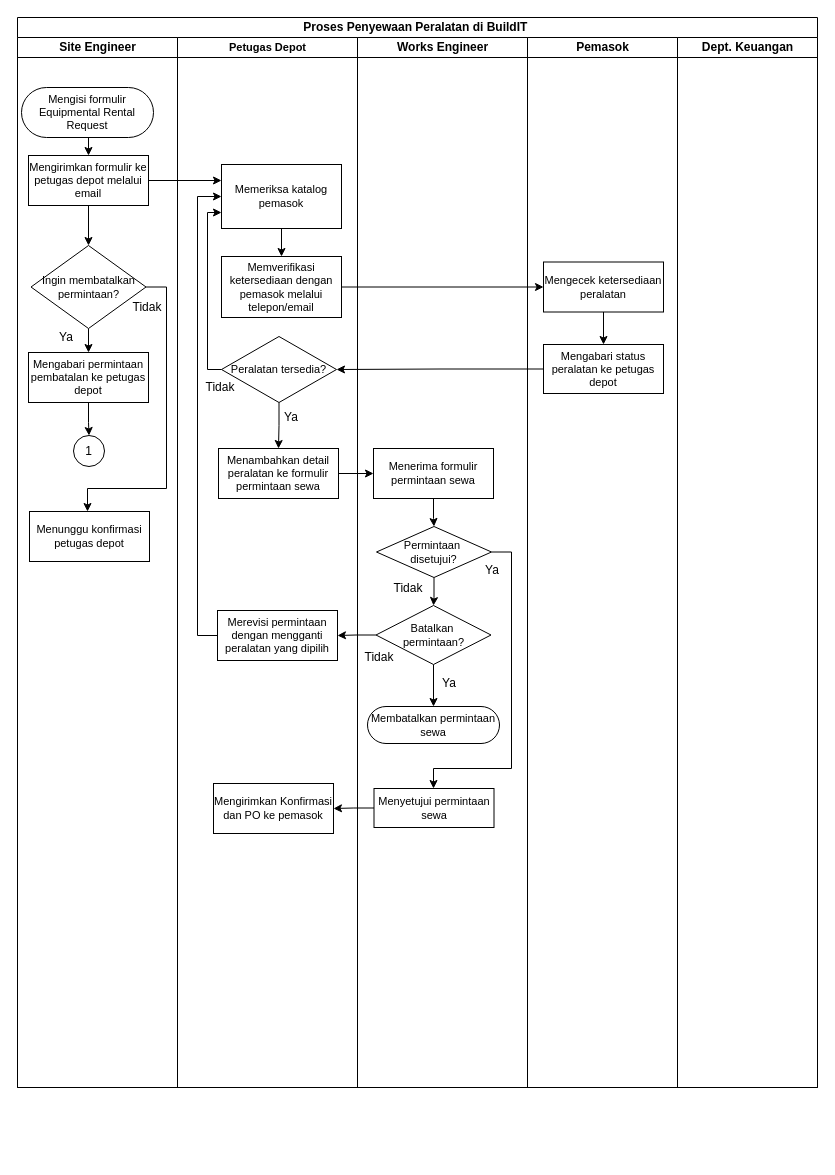
MHibriziF/SIPA keeps this draw.io diagram as page "Page-1" (1 of 3) of TI-BPM-SIPA.drawio. Above is the earlier version. Source tidied: cells renumbered, new cells numbered last; positions are measured from the earlier drawing's top-left corner, leaving out a move shared by most shapes. Both pictures are drawn from the tidied source at 100%, with x=0, y=0 at pixel (17, 17).
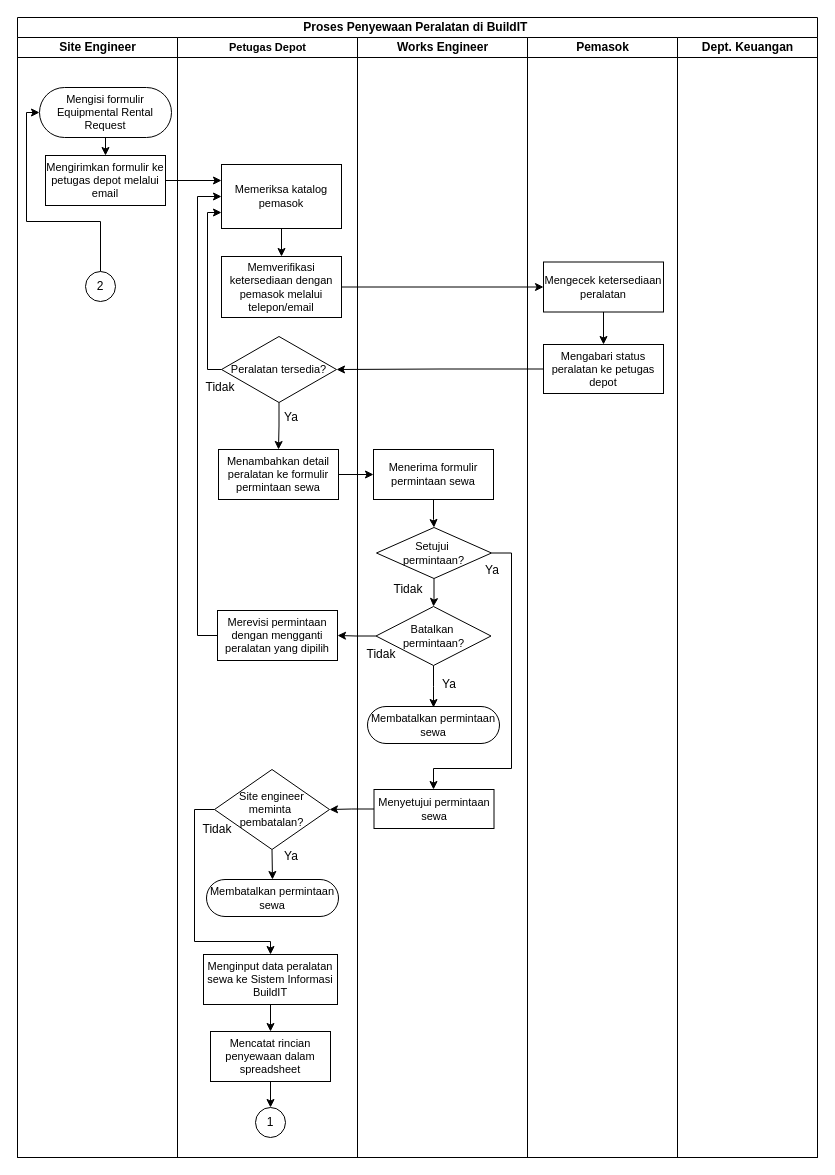
Above is the later version.

The change refers to these unchanged cells:
```xml
<mxCell id="38" value="Membatalkan permintaan sewa" style="rounded=1;whiteSpace=wrap;html=1;arcSize=50;fontSize=11;" parent="30" vertex="1">
  <mxGeometry x="10" y="669" width="132" height="37" as="geometry" />
</mxCell>
```

Change to the diagram source:
```diff
@@
     <mxCell id="2" value="Proses Penyewaan Peralatan di BuildIT&amp;nbsp;" style="swimlane;html=1;startSize=20;whiteSpace=wrap;gradientColor=none;" parent="1" vertex="1">
-      <mxGeometry width="800" height="1070" as="geometry" />
+      <mxGeometry width="800" height="1140" as="geometry" />
     </mxCell>
     <mxCell id="3" value="Site Engineer" style="swimlane;html=1;startSize=20;labelBorderColor=none;labelBackgroundColor=none;textShadow=0;fontColor=default;" parent="2" vertex="1">
-      <mxGeometry y="20" width="160" height="1050" as="geometry" />
+      <mxGeometry y="20" width="160" height="1120" as="geometry" />
     </mxCell>
@@
     <mxCell id="5" value="Mengisi formulir Equipmental Rental Request" style="rounded=1;whiteSpace=wrap;html=1;arcSize=50;fontSize=11;" parent="3" vertex="1">
-      <mxGeometry x="4" y="50" width="132" height="50" as="geometry" />
+      <mxGeometry x="22" y="50" width="132" height="50" as="geometry" />
     </mxCell>
-    <mxCell id="6" style="edgeStyle=orthogonalEdgeStyle;rounded=0;jettySize=auto;html=1;" parent="3" edge="1" source="7" target="10">
-      <mxGeometry relative="1" as="geometry" />
-    </mxCell>
     <mxCell id="7" value="Mengirimkan formulir ke petugas depot melalui email" style="rounded=0;whiteSpace=wrap;html=1;fontSize=11;" parent="3" vertex="1">
-      <mxGeometry x="11" y="118" width="120" height="50" as="geometry" />
+      <mxGeometry x="28" y="118" width="120" height="50" as="geometry" />
     </mxCell>
-    <mxCell id="8" style="edgeStyle=orthogonalEdgeStyle;rounded=0;jettySize=auto;html=1;" parent="3" edge="1" source="10" target="12">
-      <mxGeometry relative="1" as="geometry" />
-    </mxCell>
-    <mxCell id="9" style="edgeStyle=orthogonalEdgeStyle;rounded=0;jettySize=auto;html=1;exitX=1;exitY=0.5;exitDx=0;exitDy=0;" parent="3" edge="1" source="10" target="14">
-      <mxGeometry relative="1" as="geometry">
-        <Array as="points">
-          <mxPoint x="149" y="250" />
-          <mxPoint x="149" y="451" />
-          <mxPoint x="70" y="451" />
-        </Array>
-      </mxGeometry>
-    </mxCell>
-    <mxCell id="10" value="Ingin membatalkan permintaan?" style="rhombus;whiteSpace=wrap;html=1;fontSize=11;" parent="3" vertex="1">
-      <mxGeometry x="13.5" y="208" width="115" height="83" as="geometry" />
-    </mxCell>
-    <mxCell id="11" style="edgeStyle=orthogonalEdgeStyle;rounded=0;jettySize=auto;html=1;" parent="3" edge="1" source="12" target="13">
-      <mxGeometry relative="1" as="geometry" />
-    </mxCell>
-    <mxCell id="12" value="Mengabari permintaan pembatalan ke petugas depot" style="rounded=0;whiteSpace=wrap;html=1;fontSize=11;" parent="3" vertex="1">
-      <mxGeometry x="11" y="315" width="120" height="50" as="geometry" />
-    </mxCell>
-    <mxCell id="13" value="1" style="ellipse;whiteSpace=wrap;html=1;" parent="3" vertex="1">
-      <mxGeometry x="56" y="398" width="31" height="31" as="geometry" />
-    </mxCell>
-    <mxCell id="14" value="Menunggu konfirmasi petugas depot" style="rounded=0;whiteSpace=wrap;html=1;fontSize=11;" parent="3" vertex="1">
-      <mxGeometry x="12" y="474" width="120" height="50" as="geometry" />
-    </mxCell>
-    <mxCell id="15" value="Ya" style="text;html=1;align=center;verticalAlign=middle;whiteSpace=wrap;rounded=0;" parent="3" vertex="1">
-      <mxGeometry x="19" y="285" width="60" height="30" as="geometry" />
-    </mxCell>
-    <mxCell id="16" value="Tidak" style="text;html=1;align=center;verticalAlign=middle;whiteSpace=wrap;rounded=0;" parent="3" vertex="1">
-      <mxGeometry x="100" y="255" width="60" height="30" as="geometry" />
-    </mxCell>
+    <mxCell id="55" style="edgeStyle=orthogonalEdgeStyle;rounded=0;jettySize=auto;html=1;exitX=0.5;exitY=0;exitDx=0;exitDy=0;entryX=0;entryY=0.5;entryDx=0;entryDy=0;" parent="3" edge="1" source="56" target="5">
+      <mxGeometry relative="1" as="geometry">
+        <Array as="points">
+          <mxPoint x="83" y="184" />
+          <mxPoint x="9" y="184" />
+          <mxPoint x="9" y="75" />
+        </Array>
+      </mxGeometry>
+    </mxCell>
+    <mxCell id="56" value="2" style="ellipse;whiteSpace=wrap;html=1;" parent="3" vertex="1">
+      <mxGeometry x="68" y="234" width="30" height="30" as="geometry" />
+    </mxCell>
     <mxCell id="17" value="Petugas Depot" style="swimlane;html=1;startSize=20;fontSize=11;" parent="2" vertex="1">
-      <mxGeometry x="160" y="20" width="180" height="1050" as="geometry" />
+      <mxGeometry x="160" y="20" width="180" height="1120" as="geometry" />
     </mxCell>
@@
     <mxCell id="25" value="Menambahkan detail peralatan ke formulir permintaan sewa" style="rounded=0;whiteSpace=wrap;html=1;fontSize=11;" parent="17" vertex="1">
-      <mxGeometry x="41" y="411" width="120" height="50" as="geometry" />
+      <mxGeometry x="41" y="412" width="120" height="50" as="geometry" />
     </mxCell>
@@
+    <mxCell id="57" style="edgeStyle=orthogonalEdgeStyle;rounded=0;jettySize=auto;html=1;exitX=0.5;exitY=1;exitDx=0;exitDy=0;entryX=0.5;entryY=0;entryDx=0;entryDy=0;" parent="17" edge="1" source="58" target="59">
+      <mxGeometry relative="1" as="geometry" />
+    </mxCell>
+    <mxCell id="58" value="Site engineer&lt;div&gt;meminta&amp;nbsp;&lt;/div&gt;&lt;div&gt;pembatalan?&lt;/div&gt;" style="rhombus;whiteSpace=wrap;html=1;fontSize=11;" parent="17" vertex="1">
+      <mxGeometry x="37" y="732" width="115" height="80" as="geometry" />
+    </mxCell>
+    <mxCell id="59" value="Membatalkan permintaan sewa" style="rounded=1;whiteSpace=wrap;html=1;arcSize=50;fontSize=11;" parent="17" vertex="1">
+      <mxGeometry x="29" y="842" width="132" height="37" as="geometry" />
+    </mxCell>
+    <mxCell id="60" style="edgeStyle=orthogonalEdgeStyle;rounded=0;jettySize=auto;html=1;" parent="17" edge="1" source="29" target="63">
+      <mxGeometry relative="1" as="geometry" />
+    </mxCell>
-    <mxCell id="29" value="Mengirimkan Konfirmasi dan PO ke pemasok" style="rounded=0;whiteSpace=wrap;html=1;fontSize=11;" parent="17" vertex="1">
-      <mxGeometry x="36" y="746" width="120" height="50" as="geometry" />
+    <mxCell id="29" value="Menginput data peralatan sewa ke Sistem Informasi BuildIT" style="rounded=0;whiteSpace=wrap;html=1;fontSize=11;" parent="17" vertex="1">
+      <mxGeometry x="26" y="917" width="134" height="50" as="geometry" />
     </mxCell>
+    <mxCell id="61" style="edgeStyle=orthogonalEdgeStyle;rounded=0;jettySize=auto;html=1;exitX=0;exitY=0.5;exitDx=0;exitDy=0;entryX=0.5;entryY=0;entryDx=0;entryDy=0;" parent="17" edge="1" source="58" target="29">
+      <mxGeometry relative="1" as="geometry">
+        <Array as="points">
+          <mxPoint x="17" y="772" />
+          <mxPoint x="17" y="904" />
+          <mxPoint x="93" y="904" />
+        </Array>
+      </mxGeometry>
+    </mxCell>
+    <mxCell id="15" value="Ya" style="text;html=1;align=center;verticalAlign=middle;whiteSpace=wrap;rounded=0;" parent="17" vertex="1">
+      <mxGeometry x="84" y="804" width="60" height="30" as="geometry" />
+    </mxCell>
+    <mxCell id="40" value="Tidak" style="text;html=1;align=center;verticalAlign=middle;whiteSpace=wrap;rounded=0;" parent="17" vertex="1">
+      <mxGeometry x="10" y="777" width="60" height="30" as="geometry" />
+    </mxCell>
+    <mxCell id="62" style="edgeStyle=orthogonalEdgeStyle;rounded=0;jettySize=auto;html=1;" parent="17" edge="1" source="63" target="13">
+      <mxGeometry relative="1" as="geometry" />
+    </mxCell>
+    <mxCell id="63" value="Mencatat rincian penyewaan dalam spreadsheet" style="rounded=0;whiteSpace=wrap;html=1;fontSize=11;" parent="17" vertex="1">
+      <mxGeometry x="33" y="994" width="120" height="50" as="geometry" />
+    </mxCell>
+    <mxCell id="13" value="1" style="ellipse;whiteSpace=wrap;html=1;" parent="17" vertex="1">
+      <mxGeometry x="78" y="1070" width="30" height="30" as="geometry" />
+    </mxCell>
     <mxCell id="30" value="Works Engineer" style="swimlane;html=1;startSize=20;" parent="2" vertex="1">
-      <mxGeometry x="340" y="20" width="170" height="1050" as="geometry" />
+      <mxGeometry x="340" y="20" width="170" height="1120" as="geometry" />
     </mxCell>
@@
     <mxCell id="32" value="Menerima formulir permintaan sewa" style="rounded=0;whiteSpace=wrap;html=1;fontSize=11;" parent="30" vertex="1">
-      <mxGeometry x="16" y="411" width="120" height="50" as="geometry" />
+      <mxGeometry x="16" y="412" width="120" height="50" as="geometry" />
     </mxCell>
@@
-    <mxCell id="35" value="Permintaan&amp;nbsp;&lt;div&gt;disetujui?&lt;/div&gt;" style="rhombus;whiteSpace=wrap;html=1;fontSize=11;" parent="30" vertex="1">
-      <mxGeometry x="19" y="489" width="115" height="51" as="geometry" />
+    <mxCell id="35" value="Setujui&amp;nbsp;&lt;div&gt;permintaan?&lt;/div&gt;" style="rhombus;whiteSpace=wrap;html=1;fontSize=11;" parent="30" vertex="1">
+      <mxGeometry x="19" y="490" width="115" height="51" as="geometry" />
     </mxCell>
-    <mxCell id="36" style="edgeStyle=orthogonalEdgeStyle;rounded=0;jettySize=auto;html=1;" parent="30" edge="1" source="37" target="38">
-      <mxGeometry relative="1" as="geometry" />
+    <mxCell id="36" style="edgeStyle=orthogonalEdgeStyle;rounded=0;jettySize=auto;html=1;" parent="30" edge="1" source="37">
+      <mxGeometry relative="1" as="geometry">
+        <mxPoint x="76" y="670" as="targetPoint" />
+      </mxGeometry>
     </mxCell>
     <mxCell id="37" value="Batalkan&amp;nbsp;&lt;div&gt;permintaan?&lt;/div&gt;" style="rhombus;whiteSpace=wrap;html=1;fontSize=11;" parent="30" vertex="1">
-      <mxGeometry x="18.5" y="568" width="115" height="59" as="geometry" />
+      <mxGeometry x="18.5" y="569" width="115" height="59" as="geometry" />
     </mxCell>
@@
     <mxCell id="39" value="Ya" style="text;html=1;align=center;verticalAlign=middle;whiteSpace=wrap;rounded=0;" parent="30" vertex="1">
-      <mxGeometry x="62" y="631" width="60" height="30" as="geometry" />
+      <mxGeometry x="62" y="632" width="60" height="30" as="geometry" />
     </mxCell>
-    <mxCell id="40" value="Tidak" style="text;html=1;align=center;verticalAlign=middle;whiteSpace=wrap;rounded=0;" parent="30" vertex="1">
-      <mxGeometry x="-8" y="605" width="60" height="30" as="geometry" />
-    </mxCell>
     <mxCell id="41" value="Tidak" style="text;html=1;align=center;verticalAlign=middle;whiteSpace=wrap;rounded=0;" parent="30" vertex="1">
-      <mxGeometry x="21" y="536" width="60" height="30" as="geometry" />
+      <mxGeometry x="21" y="537" width="60" height="30" as="geometry" />
     </mxCell>
     <mxCell id="42" value="Menyetujui permintaan sewa" style="rounded=0;whiteSpace=wrap;html=1;fontSize=11;" parent="30" vertex="1">
-      <mxGeometry x="16.5" y="751" width="120" height="39" as="geometry" />
+      <mxGeometry x="16.5" y="752" width="120" height="39" as="geometry" />
     </mxCell>
@@
+    <mxCell id="16" value="Tidak" style="text;html=1;align=center;verticalAlign=middle;whiteSpace=wrap;rounded=0;" parent="30" vertex="1">
+      <mxGeometry x="-6" y="602" width="60" height="30" as="geometry" />
+    </mxCell>
     <mxCell id="44" value="Pemasok" style="swimlane;html=1;startSize=20;" parent="2" vertex="1">
-      <mxGeometry x="510" y="20" width="150" height="1050" as="geometry" />
+      <mxGeometry x="510" y="20" width="150" height="1120" as="geometry" />
     </mxCell>
@@
     <mxCell id="48" value="Dept. Keuangan" style="swimlane;html=1;startSize=20;" parent="2" vertex="1">
-      <mxGeometry x="660" y="20" width="140" height="1050" as="geometry" />
+      <mxGeometry x="660" y="20" width="140" height="1120" as="geometry" />
     </mxCell>
@@
-    <mxCell id="54" style="edgeStyle=orthogonalEdgeStyle;rounded=0;jettySize=auto;html=1;" parent="2" edge="1" source="42" target="29">
-      <mxGeometry relative="1" as="geometry" />
-    </mxCell>
+    <mxCell id="64" style="edgeStyle=orthogonalEdgeStyle;rounded=0;jettySize=auto;html=1;exitX=0;exitY=0.5;exitDx=0;exitDy=0;entryX=1;entryY=0.5;entryDx=0;entryDy=0;" parent="2" edge="1" source="42" target="58">
+      <mxGeometry relative="1" as="geometry" />
+    </mxCell>
```
